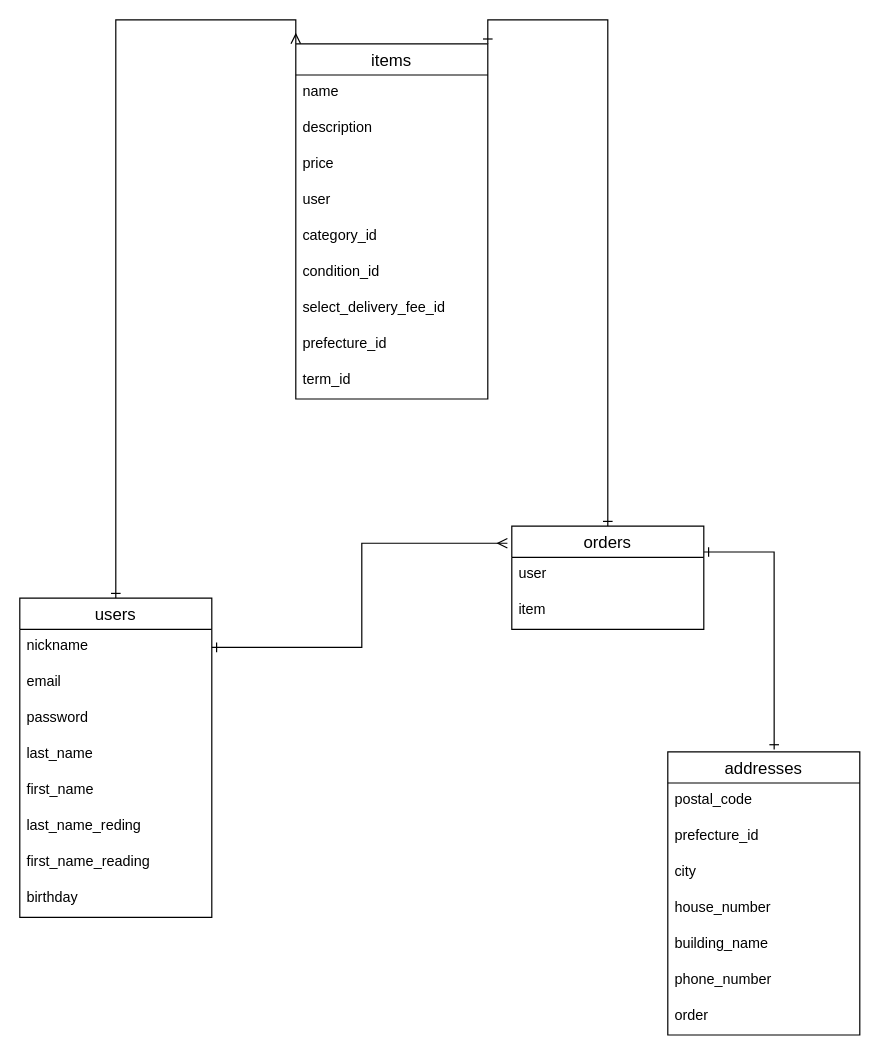
Before: draw.dio in yupimaru-sikaku/furima-32521, a draw.io diagram. Source tidied: cells renumbered, new cells numbered last; positions are measured from the earlier drawing's top-left corner, leaving out a move shared by most shapes. Both pictures are drawn from the tidied source at 120%, with x=0, y=0 at pixel (19, 43).
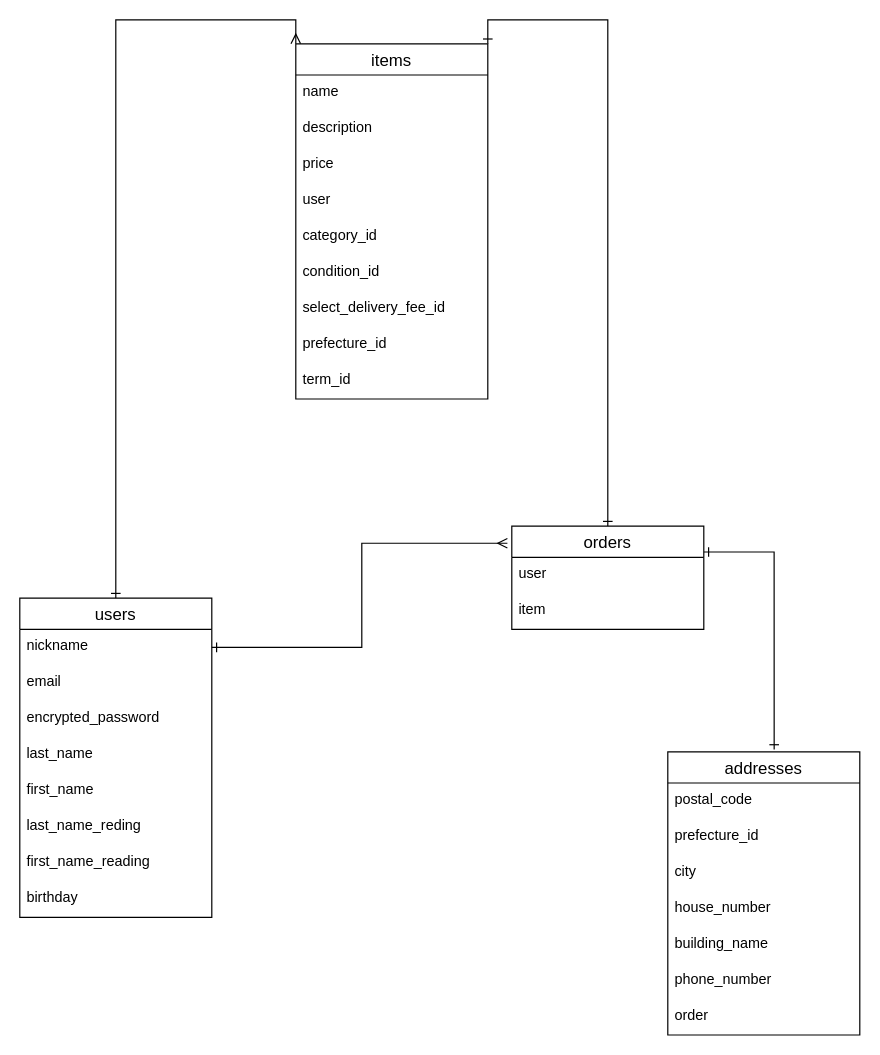
The same diagram, later.

Commit message (it also covers changes not shown here):
rev.3_ER図とREADMEの実装

Unchanged cells that the change refers to:
```xml
<mxCell id="6" value="users" style="swimlane;fontStyle=0;horizontal=1;startSize=26;align=center;fontSize=14;" parent="1" vertex="1">
  <mxGeometry y="462" width="160" height="266" as="geometry" />
</mxCell>
```

What changed in the source:
```diff
@@
-    <mxCell id="9" value="password" style="text;strokeColor=none;fillColor=none;spacingLeft=4;spacingRight=4;overflow=hidden;fontSize=12;" parent="6" vertex="1">
+    <mxCell id="9" value="encrypted_password" style="text;strokeColor=none;fillColor=none;spacingLeft=4;spacingRight=4;overflow=hidden;fontSize=12;" parent="6" vertex="1">
       <mxGeometry y="86" width="160" height="30" as="geometry" />
     </mxCell>
```
